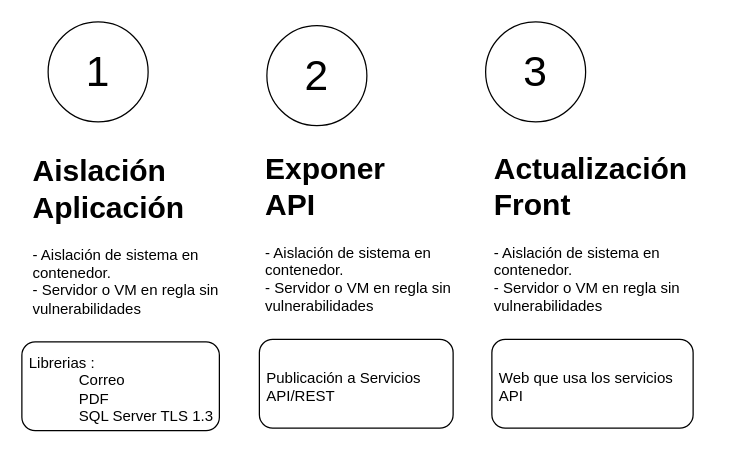
Earlier version of the draw.io diagram proyectos/BizGroup/IsapreCodelco/Sist. Interconsultas/BizGroup-IsapreCodelco-InterConsultasMédicas.drawio (cohgit/architecture). Source tidied: cells renumbered, new cells numbered last; positions are measured from the earlier drawing's top-left corner, leaving out a move shared by most shapes. Both pictures are drawn from the tidied source at 125%, with x=0, y=0 at pixel (21, 21).
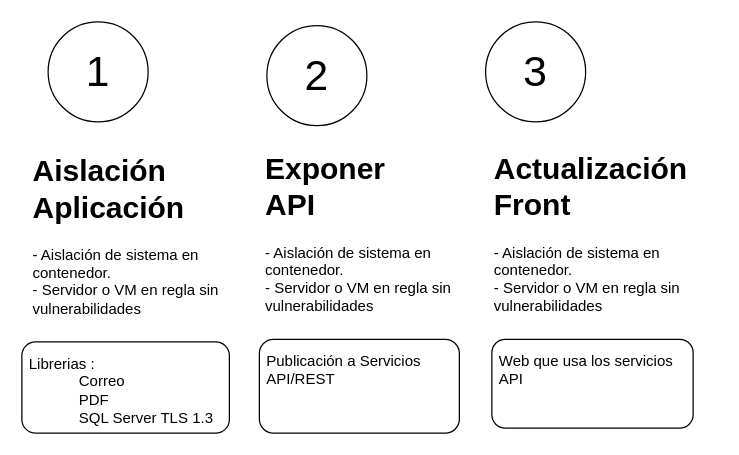
The same diagram, later.

What changed in the source:
```diff
@@
 <mxGraphModel>
   <root>
     <mxCell id="0" />
     <mxCell id="1" parent="0" />
     <mxCell id="2" value="&lt;h1 style=&quot;margin-top: 0px;&quot;&gt;Aislación&lt;br&gt;Aplicación&lt;/h1&gt;&lt;div&gt;- Aislación de sistema en contenedor.&lt;/div&gt;&lt;div&gt;- Servidor o VM en regla sin vulnerabilidades&lt;/div&gt;" style="text;html=1;whiteSpace=wrap;overflow=hidden;rounded=0;" parent="1" vertex="1">
       <mxGeometry x="7" y="99" width="180" height="135" as="geometry" />
     </mxCell>
     <mxCell id="3" value="&lt;h1 style=&quot;margin-top: 0px;&quot;&gt;Exponer&lt;br&gt;API&lt;/h1&gt;&lt;div&gt;- Aislación de sistema en contenedor.&lt;/div&gt;&lt;div&gt;- Servidor o VM en regla sin vulnerabilidades&lt;/div&gt;" style="text;html=1;whiteSpace=wrap;overflow=hidden;rounded=0;" parent="1" vertex="1">
       <mxGeometry x="193" y="97" width="180" height="135" as="geometry" />
     </mxCell>
     <mxCell id="4" value="&lt;h1 style=&quot;margin-top: 0px;&quot;&gt;Actualización Front&lt;/h1&gt;&lt;div&gt;- Aislación de sistema en contenedor.&lt;/div&gt;&lt;div&gt;- Servidor o VM en regla sin vulnerabilidades&lt;/div&gt;" style="text;html=1;whiteSpace=wrap;overflow=hidden;rounded=0;" parent="1" vertex="1">
       <mxGeometry x="376" y="97" width="180" height="135" as="geometry" />
     </mxCell>
     <mxCell id="5" value="1" style="ellipse;whiteSpace=wrap;html=1;fontSize=34;" parent="1" vertex="1">
       <mxGeometry x="21" width="80" height="80" as="geometry" />
     </mxCell>
     <mxCell id="6" value="2" style="ellipse;whiteSpace=wrap;html=1;fontSize=34;" parent="1" vertex="1">
       <mxGeometry x="196" y="3" width="80" height="80" as="geometry" />
     </mxCell>
     <mxCell id="7" value="3" style="ellipse;whiteSpace=wrap;html=1;fontSize=34;" parent="1" vertex="1">
       <mxGeometry x="371" width="80" height="80" as="geometry" />
     </mxCell>
-    <mxCell id="8" value="Librerias :&lt;blockquote style=&quot;margin: 0 0 0 40px; border: none; padding: 0px;&quot;&gt;&lt;div&gt;Correo&lt;/div&gt;&lt;div&gt;PDF&lt;/div&gt;&lt;div&gt;&lt;span style=&quot;background-color: initial;&quot;&gt;SQL Server TLS 1.3&lt;/span&gt;&lt;/div&gt;&lt;/blockquote&gt;" style="rounded=1;whiteSpace=wrap;html=1;align=left;spacingTop=4;spacingLeft=4;" parent="1" vertex="1">
-      <mxGeometry y="256" width="158" height="71" as="geometry" />
+    <mxCell id="8" value="Librerias :&lt;blockquote style=&quot;margin: 0 0 0 40px; border: none; padding: 0px;&quot;&gt;&lt;div&gt;Correo&lt;/div&gt;&lt;div&gt;PDF&lt;/div&gt;&lt;div&gt;&lt;span style=&quot;background-color: initial;&quot;&gt;SQL Server TLS 1.3&lt;/span&gt;&lt;/div&gt;&lt;/blockquote&gt;" style="rounded=1;whiteSpace=wrap;html=1;align=left;spacingTop=4;spacingLeft=4;verticalAlign=top;" parent="1" vertex="1">
+      <mxGeometry y="256" width="166" height="73" as="geometry" />
     </mxCell>
-    <mxCell id="9" value="Publicación a Servicios API/REST" style="rounded=1;whiteSpace=wrap;html=1;align=left;spacingTop=4;spacingLeft=4;" parent="1" vertex="1">
-      <mxGeometry x="190" y="254" width="155" height="71" as="geometry" />
+    <mxCell id="9" value="Publicación a Servicios API/REST" style="rounded=1;whiteSpace=wrap;html=1;align=left;spacingTop=4;spacingLeft=4;verticalAlign=top;" parent="1" vertex="1">
+      <mxGeometry x="190" y="254" width="160" height="75" as="geometry" />
     </mxCell>
-    <mxCell id="10" value="Web que usa los servicios API" style="rounded=1;whiteSpace=wrap;html=1;align=left;spacingTop=4;spacingLeft=4;" parent="1" vertex="1">
+    <mxCell id="10" value="Web que usa los servicios API" style="rounded=1;whiteSpace=wrap;html=1;align=left;spacingTop=4;spacingLeft=4;verticalAlign=top;" parent="1" vertex="1">
       <mxGeometry x="376" y="254" width="161" height="71" as="geometry" />
     </mxCell>
   </root>
 </mxGraphModel>
```
